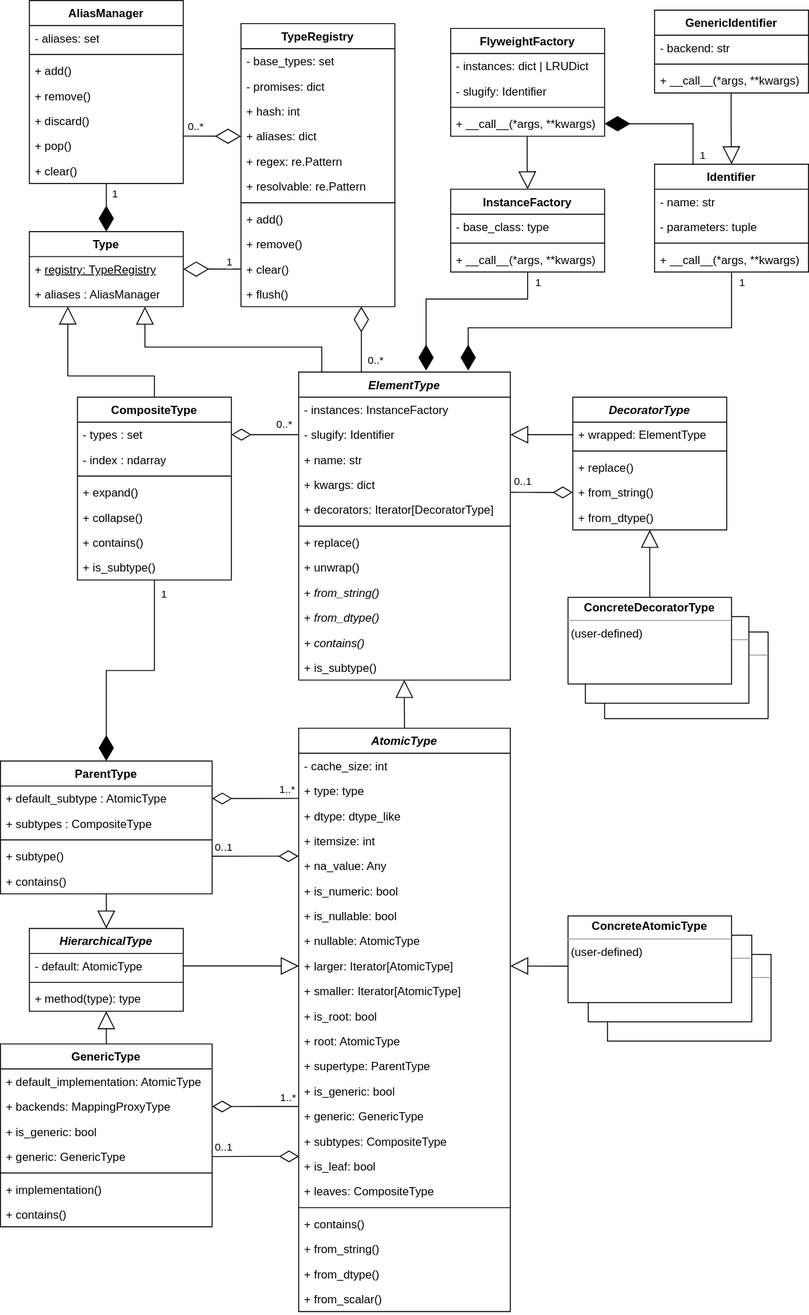
This is docs/source/images/types/Types_UML.svg from eerkela/bertrand, a draw.io export, as it was before one commit. Source tidied: cells renumbered, new cells last; positions are measured from the earlier drawing's top-left corner, leaving out a move shared by most shapes.
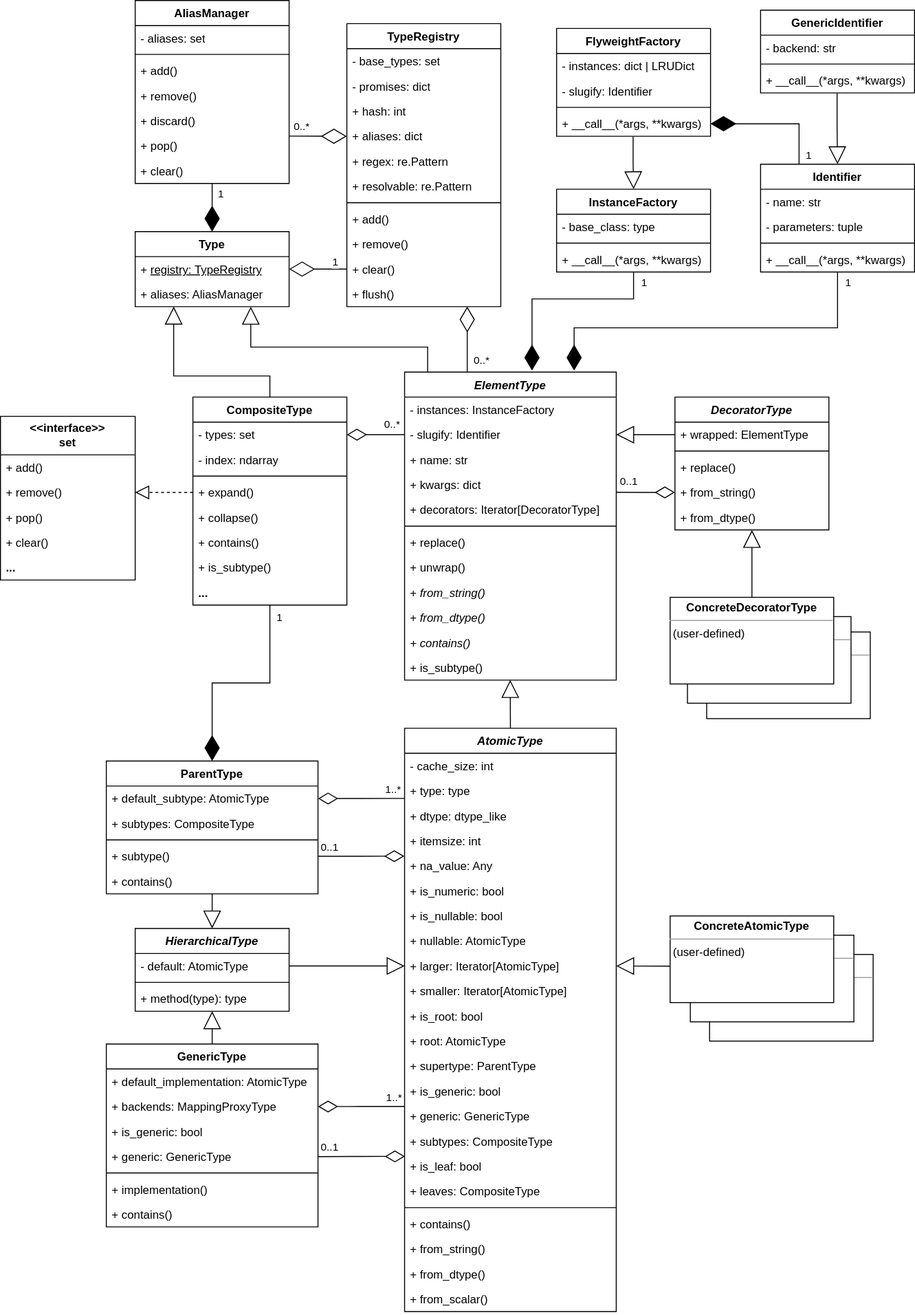
Later version of the same file.

Commit message:
revert CompositeType back to set interface

Diff of the diagram source:
```diff
@@ -3,16 +3,16 @@
     <mxCell id="0" />
     <mxCell id="1" parent="0" />
     <mxCell id="2" value="&lt;p style=&quot;margin:0px;margin-top:4px;text-align:center;&quot;&gt;&lt;br&gt;&lt;/p&gt;&lt;hr size=&quot;1&quot;&gt;&lt;div style=&quot;height:2px;&quot;&gt;&lt;br&gt;&lt;/div&gt;" style="verticalAlign=top;align=left;overflow=fill;fontSize=12;fontFamily=Helvetica;html=1;whiteSpace=wrap;" parent="1" vertex="1">
-      <mxGeometry x="628" y="656" width="170" height="90" as="geometry" />
+      <mxGeometry x="624" y="656" width="170" height="90" as="geometry" />
     </mxCell>
     <mxCell id="3" value="&lt;p style=&quot;margin:0px;margin-top:4px;text-align:center;&quot;&gt;&lt;br&gt;&lt;/p&gt;&lt;hr size=&quot;1&quot;&gt;&lt;div style=&quot;height:2px;&quot;&gt;&lt;br&gt;&lt;/div&gt;" style="verticalAlign=top;align=left;overflow=fill;fontSize=12;fontFamily=Helvetica;html=1;whiteSpace=wrap;" parent="1" vertex="1">
-      <mxGeometry x="608" y="640" width="170" height="90" as="geometry" />
+      <mxGeometry x="604" y="640" width="170" height="90" as="geometry" />
     </mxCell>
     <mxCell id="4" value="&lt;p style=&quot;margin:0px;margin-top:4px;text-align:center;&quot;&gt;&lt;br&gt;&lt;/p&gt;&lt;hr size=&quot;1&quot;&gt;&lt;div style=&quot;height:2px;&quot;&gt;&lt;br&gt;&lt;/div&gt;" style="verticalAlign=top;align=left;overflow=fill;fontSize=12;fontFamily=Helvetica;html=1;whiteSpace=wrap;" parent="1" vertex="1">
-      <mxGeometry x="631" y="991" width="170" height="90" as="geometry" />
+      <mxGeometry x="627" y="991" width="170" height="90" as="geometry" />
     </mxCell>
     <mxCell id="5" value="&lt;p style=&quot;margin:0px;margin-top:4px;text-align:center;&quot;&gt;&lt;br&gt;&lt;/p&gt;&lt;hr size=&quot;1&quot;&gt;&lt;div style=&quot;height:2px;&quot;&gt;&lt;br&gt;&lt;/div&gt;" style="verticalAlign=top;align=left;overflow=fill;fontSize=12;fontFamily=Helvetica;html=1;whiteSpace=wrap;" parent="1" vertex="1">
-      <mxGeometry x="611" y="971" width="170" height="90" as="geometry" />
+      <mxGeometry x="607" y="971" width="170" height="90" as="geometry" />
     </mxCell>
     <mxCell id="6" value="Type" style="swimlane;fontStyle=1;align=center;verticalAlign=top;horizontal=1;startSize=26;whiteSpace=wrap;html=1;swimlaneFillColor=none;" parent="1" vertex="1">
       <mxGeometry x="30" y="240" width="160" height="78" as="geometry" />
@@ -20,7 +20,7 @@
     <mxCell id="7" value="+ &lt;u&gt;registry: TypeRegistry&lt;/u&gt;" style="text;strokeColor=none;fillColor=none;align=left;verticalAlign=top;spacingLeft=4;spacingRight=4;overflow=hidden;points=[[0,0.5],[1,0.5]];portConstraint=eastwest;whiteSpace=wrap;html=1;" parent="6" vertex="1">
       <mxGeometry y="26" width="160" height="26" as="geometry" />
     </mxCell>
-    <mxCell id="8" value="+ aliases : AliasManager" style="text;strokeColor=none;fillColor=none;align=left;verticalAlign=top;spacingLeft=4;spacingRight=4;overflow=hidden;points=[[0,0.5],[1,0.5]];portConstraint=eastwest;whiteSpace=wrap;html=1;" parent="6" vertex="1">
+    <mxCell id="8" value="+ aliases: AliasManager" style="text;strokeColor=none;fillColor=none;align=left;verticalAlign=top;spacingLeft=4;spacingRight=4;overflow=hidden;points=[[0,0.5],[1,0.5]];portConstraint=eastwest;whiteSpace=wrap;html=1;" parent="6" vertex="1">
       <mxGeometry y="52" width="160" height="26" as="geometry" />
     </mxCell>
     <mxCell id="9" value="&lt;i&gt;ElementType&lt;/i&gt;" style="swimlane;fontStyle=1;align=center;verticalAlign=top;horizontal=1;startSize=26;whiteSpace=wrap;html=1;swimlaneFillColor=none;gradientColor=none;" parent="1" vertex="1">
@@ -70,7 +70,7 @@
       </mxGeometry>
     </mxCell>
     <mxCell id="23" value="&lt;i&gt;DecoratorType&lt;/i&gt;" style="swimlane;fontStyle=1;align=center;verticalAlign=top;horizontal=1;startSize=26;whiteSpace=wrap;html=1;swimlaneFillColor=none;" parent="1" vertex="1">
-      <mxGeometry x="595" y="412" width="160" height="138" as="geometry" />
+      <mxGeometry x="591" y="412" width="160" height="138" as="geometry" />
     </mxCell>
     <mxCell id="24" value="+ wrapped: ElementType" style="text;strokeColor=none;fillColor=none;align=left;verticalAlign=top;spacingLeft=4;spacingRight=4;overflow=hidden;points=[[0,0.5],[1,0.5]];portConstraint=eastwest;whiteSpace=wrap;html=1;" parent="23" vertex="1">
       <mxGeometry y="26" width="160" height="26" as="geometry" />
@@ -163,12 +163,12 @@
       <mxGeometry y="580" width="220" height="26" as="geometry" />
     </mxCell>
     <mxCell id="54" value="CompositeType" style="swimlane;fontStyle=1;align=center;verticalAlign=top;horizontal=1;startSize=26;whiteSpace=wrap;html=1;swimlaneFillColor=none;strokeColor=default;" parent="1" vertex="1">
-      <mxGeometry x="80" y="412" width="160" height="190" as="geometry" />
+      <mxGeometry x="90" y="412" width="160" height="216" as="geometry" />
     </mxCell>
-    <mxCell id="55" value="- types : set" style="text;strokeColor=none;fillColor=none;align=left;verticalAlign=top;spacingLeft=4;spacingRight=4;overflow=hidden;points=[[0,0.5],[1,0.5]];portConstraint=eastwest;whiteSpace=wrap;html=1;" parent="54" vertex="1">
+    <mxCell id="55" value="- types: set" style="text;strokeColor=none;fillColor=none;align=left;verticalAlign=top;spacingLeft=4;spacingRight=4;overflow=hidden;points=[[0,0.5],[1,0.5]];portConstraint=eastwest;whiteSpace=wrap;html=1;" parent="54" vertex="1">
       <mxGeometry y="26" width="160" height="26" as="geometry" />
     </mxCell>
-    <mxCell id="56" value="- index : ndarray" style="text;strokeColor=none;fillColor=none;align=left;verticalAlign=top;spacingLeft=4;spacingRight=4;overflow=hidden;whiteSpace=wrap;html=1;" parent="54" vertex="1">
+    <mxCell id="56" value="- index: ndarray" style="text;strokeColor=none;fillColor=none;align=left;verticalAlign=top;spacingLeft=4;spacingRight=4;overflow=hidden;whiteSpace=wrap;html=1;" parent="54" vertex="1">
       <mxGeometry y="52" width="160" height="26" as="geometry" />
     </mxCell>
     <mxCell id="57" style="line;strokeWidth=1;fillColor=none;align=left;verticalAlign=middle;spacingTop=-1;spacingLeft=3;spacingRight=3;labelPosition=right;strokeColor=inherit;" parent="54" vertex="1">
@@ -186,6 +186,9 @@
     <mxCell id="61" value="+ is_subtype()" style="text;strokeColor=none;fillColor=none;align=left;verticalAlign=top;spacingLeft=4;spacingRight=4;overflow=hidden;points=[[0,0.5],[1,0.5]];portConstraint=eastwest;whiteSpace=wrap;html=1;" parent="54" vertex="1">
       <mxGeometry y="164" width="160" height="26" as="geometry" />
     </mxCell>
+    <mxCell id="151" value="&lt;b&gt;...&lt;/b&gt;" style="text;strokeColor=none;fillColor=none;align=left;verticalAlign=top;spacingLeft=4;spacingRight=4;overflow=hidden;whiteSpace=wrap;html=1;" parent="54" vertex="1">
+      <mxGeometry y="190" width="160" height="26" as="geometry" />
+    </mxCell>
     <mxCell id="62" style="endArrow=block;endSize=16;endFill=0;html=1;rounded=0;exitX=0.5;exitY=0;exitDx=0;exitDy=0;edgeStyle=elbowEdgeStyle;elbow=vertical;entryX=0.25;entryY=1;entryDx=0;entryDy=0;" parent="1" edge="1" source="54" target="6">
       <mxGeometry relative="1" as="geometry">
         <Array as="points">
@@ -226,7 +229,7 @@
     <mxCell id="73" value="1..*" style="endArrow=none;html=1;endSize=12;startArrow=diamondThin;startSize=18;startFill=0;edgeStyle=orthogonalEdgeStyle;align=center;verticalAlign=middle;rounded=0;endFill=0;labelPosition=center;verticalLabelPosition=middle;horizontal=1;exitX=1;exitY=0.5;exitDx=0;exitDy=0;entryX=-0.001;entryY=0.11;entryDx=0;entryDy=0;entryPerimeter=0;" parent="1" edge="1" source="66" target="45">
       <mxGeometry x="0.74" y="9" relative="1" as="geometry" />
     </mxCell>
-    <mxCell id="74" style="endArrow=diamondThin;endFill=1;endSize=24;html=1;rounded=0;edgeStyle=elbowEdgeStyle;elbow=vertical;entryX=0.5;entryY=0;entryDx=0;entryDy=0;" parent="1" edge="1" source="61" target="107">
+    <mxCell id="74" style="endArrow=diamondThin;endFill=1;endSize=24;html=1;rounded=0;edgeStyle=elbowEdgeStyle;elbow=vertical;entryX=0.5;entryY=0;entryDx=0;entryDy=0;" parent="1" edge="1" source="54" target="107">
       <mxGeometry relative="1" as="geometry" />
     </mxCell>
     <mxCell id="75" value="1" style="edgeLabel;html=1;align=center;verticalAlign=middle;" parent="74" vertex="1">
@@ -241,10 +244,10 @@
       <mxGeometry relative="1" as="geometry" />
     </mxCell>
     <mxCell id="78" value="&lt;p style=&quot;margin:0px;margin-top:4px;text-align:center;&quot;&gt;&lt;b&gt;ConcreteAtomicType&lt;/b&gt;&lt;/p&gt;&lt;hr size=&quot;1&quot;&gt;&lt;div style=&quot;height:2px;&quot;&gt;&lt;span style=&quot;white-space: pre;&quot;&gt; &lt;/span&gt;(user-defined)&lt;/div&gt;" style="verticalAlign=top;align=left;overflow=fill;fontSize=12;fontFamily=Helvetica;html=1;whiteSpace=wrap;" parent="1" vertex="1">
-      <mxGeometry x="590" y="951" width="170" height="90" as="geometry" />
+      <mxGeometry x="586" y="951" width="170" height="90" as="geometry" />
     </mxCell>
     <mxCell id="79" value="&lt;p style=&quot;margin:0px;margin-top:4px;text-align:center;&quot;&gt;&lt;b&gt;ConcreteDecoratorType&lt;/b&gt;&lt;/p&gt;&lt;hr size=&quot;1&quot;&gt;&lt;div style=&quot;height:2px;&quot;&gt;&lt;span style=&quot;white-space: pre;&quot;&gt; &lt;/span&gt;(user-defined)&lt;/div&gt;" style="verticalAlign=top;align=left;overflow=fill;fontSize=12;fontFamily=Helvetica;html=1;whiteSpace=wrap;" parent="1" vertex="1">
-      <mxGeometry x="590" y="620" width="170" height="90" as="geometry" />
+      <mxGeometry x="586" y="620" width="170" height="90" as="geometry" />
     </mxCell>
     <mxCell id="80" value="0..1" style="endArrow=none;html=1;endSize=12;startArrow=diamondThin;startSize=18;startFill=0;edgeStyle=orthogonalEdgeStyle;align=center;verticalAlign=middle;rounded=0;endFill=0;labelPosition=center;verticalLabelPosition=middle;horizontal=1;exitX=0.002;exitY=0.108;exitDx=0;exitDy=0;entryX=1;entryY=0.5;entryDx=0;entryDy=0;exitPerimeter=0;" parent="1" edge="1" source="47" target="68">
       <mxGeometry x="0.73" y="-10" relative="1" as="geometry" />
@@ -340,10 +343,10 @@
     <mxCell id="107" value="ParentType" style="swimlane;fontStyle=1;align=center;verticalAlign=top;horizontal=1;startSize=26;whiteSpace=wrap;html=1;swimlaneFillColor=none;" parent="1" vertex="1">
       <mxGeometry y="790" width="220" height="138" as="geometry" />
     </mxCell>
-    <mxCell id="108" value="+ default_subtype : AtomicType" style="text;strokeColor=none;fillColor=none;align=left;verticalAlign=top;spacingLeft=4;spacingRight=4;overflow=hidden;points=[[0,0.5],[1,0.5]];portConstraint=eastwest;whiteSpace=wrap;html=1;" parent="107" vertex="1">
+    <mxCell id="108" value="+ default_subtype: AtomicType" style="text;strokeColor=none;fillColor=none;align=left;verticalAlign=top;spacingLeft=4;spacingRight=4;overflow=hidden;points=[[0,0.5],[1,0.5]];portConstraint=eastwest;whiteSpace=wrap;html=1;" parent="107" vertex="1">
       <mxGeometry y="26" width="220" height="26" as="geometry" />
     </mxCell>
-    <mxCell id="109" value="+ subtypes : CompositeType" style="text;strokeColor=none;fillColor=none;align=left;verticalAlign=top;spacingLeft=4;spacingRight=4;overflow=hidden;whiteSpace=wrap;html=1;" parent="107" vertex="1">
+    <mxCell id="109" value="+ subtypes: CompositeType" style="text;strokeColor=none;fillColor=none;align=left;verticalAlign=top;spacingLeft=4;spacingRight=4;overflow=hidden;whiteSpace=wrap;html=1;" parent="107" vertex="1">
       <mxGeometry y="52" width="220" height="26" as="geometry" />
     </mxCell>
     <mxCell id="110" style="line;strokeWidth=1;fillColor=none;align=left;verticalAlign=middle;spacingTop=-1;spacingLeft=3;spacingRight=3;labelPosition=right;strokeColor=inherit;" parent="107" vertex="1">
@@ -489,5 +492,26 @@
     <mxCell id="150" style="endArrow=block;endSize=16;endFill=0;html=1;rounded=0;entryX=0.5;entryY=0;entryDx=0;entryDy=0;" parent="1" edge="1" source="107" target="116">
       <mxGeometry relative="1" as="geometry" />
     </mxCell>
+    <mxCell id="152" value="&lt;b&gt;&amp;lt;&amp;lt;interface&amp;gt;&amp;gt;&lt;br&gt;set&lt;/b&gt;" style="swimlane;fontStyle=0;horizontal=1;startSize=40;fillColor=none;whiteSpace=wrap;html=1;" parent="1" vertex="1">
+      <mxGeometry x="-110" y="432" width="140" height="170" as="geometry" />
+    </mxCell>
+    <mxCell id="153" value="+ add()" style="text;strokeColor=none;fillColor=none;align=left;verticalAlign=top;spacingLeft=4;spacingRight=4;overflow=hidden;whiteSpace=wrap;html=1;" parent="152" vertex="1">
+      <mxGeometry y="40" width="140" height="26" as="geometry" />
+    </mxCell>
+    <mxCell id="154" value="+ remove()" style="text;strokeColor=none;fillColor=none;align=left;verticalAlign=top;spacingLeft=4;spacingRight=4;overflow=hidden;points=[[0,0.5],[1,0.5]];portConstraint=eastwest;whiteSpace=wrap;html=1;" parent="152" vertex="1">
+      <mxGeometry y="66" width="140" height="26" as="geometry" />
+    </mxCell>
+    <mxCell id="155" value="+ pop()" style="text;strokeColor=none;fillColor=none;align=left;verticalAlign=top;spacingLeft=4;spacingRight=4;overflow=hidden;whiteSpace=wrap;html=1;" parent="152" vertex="1">
+      <mxGeometry y="92" width="140" height="26" as="geometry" />
+    </mxCell>
+    <mxCell id="156" value="+ clear()" style="text;strokeColor=none;fillColor=none;align=left;verticalAlign=top;spacingLeft=4;spacingRight=4;overflow=hidden;whiteSpace=wrap;html=1;" parent="152" vertex="1">
+      <mxGeometry y="118" width="140" height="26" as="geometry" />
+    </mxCell>
+    <mxCell id="157" value="&lt;b&gt;...&lt;/b&gt;" style="text;strokeColor=none;fillColor=none;align=left;verticalAlign=top;spacingLeft=4;spacingRight=4;overflow=hidden;whiteSpace=wrap;html=1;" parent="152" vertex="1">
+      <mxGeometry y="144" width="140" height="26" as="geometry" />
+    </mxCell>
+    <mxCell id="158" style="endArrow=block;dashed=1;endFill=0;endSize=12;html=1;rounded=0;entryX=1;entryY=0.5;entryDx=0;entryDy=0;exitX=0;exitY=0.5;exitDx=0;exitDy=0;" parent="1" edge="1" source="58" target="154">
+      <mxGeometry relative="1" as="geometry" />
+    </mxCell>
   </root>
 </mxGraphModel>
```
